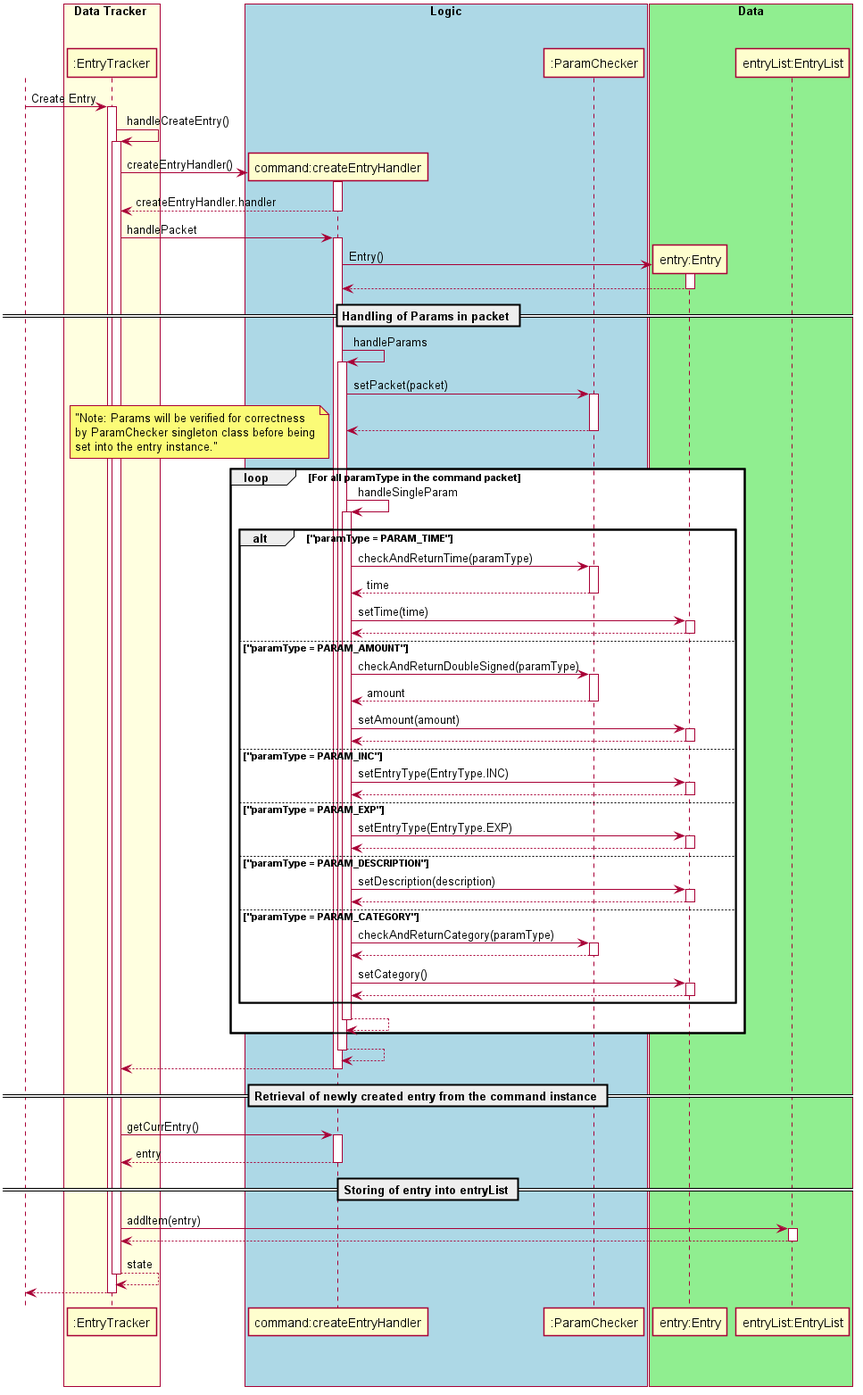
Above: docs/uml_images/images_updated/entryTrackerCreateEntrySeqDiagram.png in nus-cs2113-AY2021S1/tp (PlantUML), before the change.
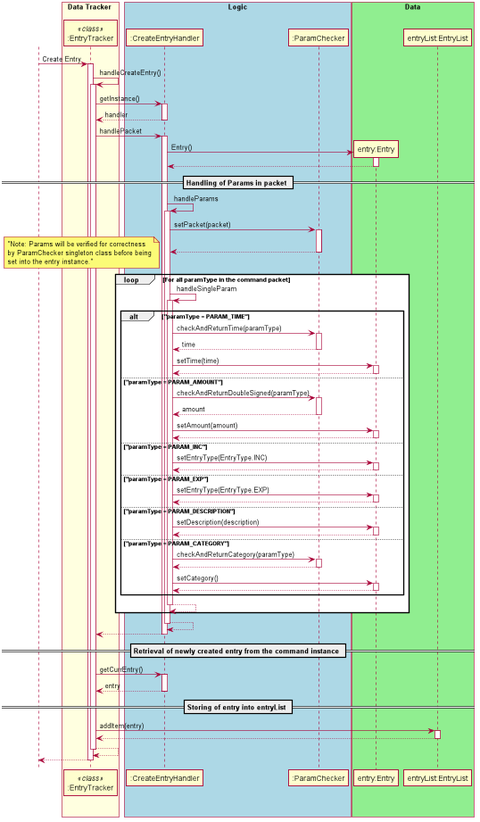
Later version of the same file.

Change to the diagram source:
```diff
@@ -2,57 +2,70 @@
 autoactivate on
 actor User
 skinparam shadowing false
+scale 1094 width
+skinparam sequence {
+    ActorBorderColor white
 
-skinparam sequence {
-ActorBorderColor white
-
-ActorBackgroundColor white
-ActorFontColor white
-ActorFontSize 17
-ActorFontName ""
+    ActorBackgroundColor white
+    ActorFontColor white
+    ActorFontSize 17
+    ActorFontName ""
 }
 
-User -> ":EntryTracker": Create Entry
-":EntryTracker" ->":EntryTracker": handleCreateEntry()
-    create "command:createEntryHandler"
-   ":EntryTracker"-> "command:createEntryHandler" : createEntryHandler()
-    return createEntryHandler.handler
+box "Data Tracker " #LightYellow
+participant ":EntryTracker" as entryTracker <<class>>
+endBox
 
-   ":EntryTracker"-> "command:createEntryHandler" : handlePacket
+box "Logic" #LightBlue
+participant ":CreateEntryHandler"
+participant ":ParamChecker"
+endBox
+
+box "Data" #LightGreen
+participant "entry:Entry"
+participant "entryList:EntryList"
+endBox
+
+User -> entryTracker: Create Entry
+entryTracker ->entryTracker: handleCreateEntry()
+   entryTracker-> ":CreateEntryHandler" : getInstance()
+    return handler
+
+   entryTracker-> ":CreateEntryHandler" : handlePacket
 
         create "entry:Entry"
-        "command:createEntryHandler" -> "entry:Entry" : Entry()
+        ":CreateEntryHandler" -> "entry:Entry" : Entry()
         return
         == Handling of Params in packet ==
-        "command:createEntryHandler" -> "command:createEntryHandler" : handleParams
-            "command:createEntryHandler" -> ":ParamChecker" : setPacket(packet)
+        ":CreateEntryHandler" -> ":CreateEntryHandler" : handleParams
+            ":CreateEntryHandler" -> ":ParamChecker" : setPacket(packet)
             return
             loop For all paramType in the command packet
                 note left: "Note: Params will be verified for correctness\nby ParamChecker singleton class before being\nset into the entry instance."
-                "command:createEntryHandler" -> "command:createEntryHandler" : handleSingleParam
+                ":CreateEntryHandler" -> ":CreateEntryHandler" : handleSingleParam
                     alt "paramType = PARAM_TIME"
-                        "command:createEntryHandler" ->":ParamChecker": checkAndReturnTime(paramType)
+                        ":CreateEntryHandler" ->":ParamChecker": checkAndReturnTime(paramType)
                         return time
-                        "command:createEntryHandler" -> "entry:Entry" : setTime(time)
+                        ":CreateEntryHandler" -> "entry:Entry" : setTime(time)
                         return
                     else "paramType = PARAM_AMOUNT"
-                        "command:createEntryHandler" ->":ParamChecker": checkAndReturnDoubleSigned(paramType)
+                        ":CreateEntryHandler" ->":ParamChecker": checkAndReturnDoubleSigned(paramType)
                         return amount
-                        "command:createEntryHandler" -> "entry:Entry" : setAmount(amount)
+                        ":CreateEntryHandler" -> "entry:Entry" : setAmount(amount)
                         return
                     else "paramType = PARAM_INC"
-                        "command:createEntryHandler" -> "entry:Entry" : setEntryType(EntryType.INC)
+                        ":CreateEntryHandler" -> "entry:Entry" : setEntryType(EntryType.INC)
                         return
                     else "paramType = PARAM_EXP"
-                        "command:createEntryHandler" -> "entry:Entry" : setEntryType(EntryType.EXP)
+                        ":CreateEntryHandler" -> "entry:Entry" : setEntryType(EntryType.EXP)
                         return
                     else "paramType = PARAM_DESCRIPTION"
-                        "command:createEntryHandler" -> "entry:Entry" : setDescription(description)
+                        ":CreateEntryHandler" -> "entry:Entry" : setDescription(description)
                         return
                     else "paramType = PARAM_CATEGORY"
-                        "command:createEntryHandler" ->":ParamChecker": checkAndReturnCategory(paramType)
+                        ":CreateEntryHandler" ->":ParamChecker": checkAndReturnCategory(paramType)
                         return
-                        "command:createEntryHandler" -> "entry:Entry" : setCategory()
+                        ":CreateEntryHandler" -> "entry:Entry" : setCategory()
                         return
                     end
                 return
@@ -60,26 +73,14 @@
         return
    return
    == Retrieval of newly created entry from the command instance ==
-   ":EntryTracker"-> "command:createEntryHandler" : getCurrEntry()
+   entryTracker-> ":CreateEntryHandler" : getCurrEntry()
    return entry
    == Storing of entry into entryList ==
-   ":EntryTracker"-> "entryList:EntryList" : addItem(entry)
+   entryTracker-> "entryList:EntryList" : addItem(entry)
     return
 
-return state
+return
 return
 
-box "Data Tracker " #LightYellow
-participant ":EntryTracker"
-endBox
 
-box "Logic" #LightBlue
-participant "command:createEntryHandler"
-participant ":ParamChecker"
-endBox
-
-box "Data" #LightGreen
-participant "entry:Entry"
-participant "entryList:EntryList"
-endBox
 @enduml
```
